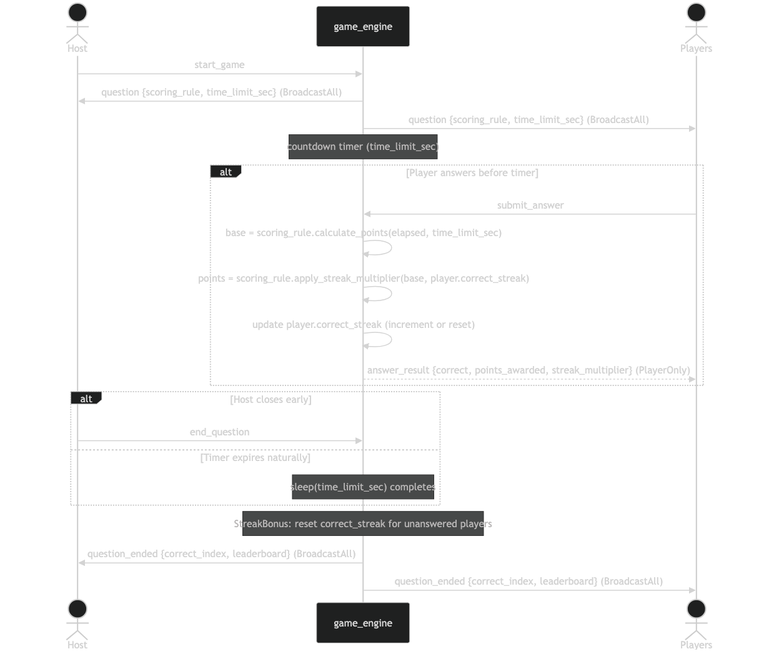
campeis/quiz-game keeps this Mermaid diagram as docs/images/flow-question.png. Above is the earlier version. Its source is kept beside it as docs/diagrams/flow-question.mmd. Its diagram source:
```mermaid
sequenceDiagram
    actor H as Host
    participant GE as game_engine
    actor PL as Players

    H->>GE: start_game
    GE->>H: question {scoring_rule, time_limit_sec} (BroadcastAll)
    GE->>PL: question {scoring_rule, time_limit_sec} (BroadcastAll)

    Note over GE: countdown timer (time_limit_sec)

    alt Player answers before timer
        PL->>GE: submit_answer
        GE->>GE: base = scoring_rule.calculate_points(elapsed, time_limit_sec)
        GE->>GE: points = scoring_rule.apply_streak_multiplier(base, player.correct_streak)
        GE->>GE: update player.correct_streak (increment or reset)
        GE-->>PL: answer_result {correct, points_awarded, streak_multiplier} (PlayerOnly)
    end

    alt Host closes early
        H->>GE: end_question
    else Timer expires naturally
        Note over GE: sleep(time_limit_sec) completes
    end

    Note over GE: StreakBonus: reset correct_streak for unanswered players

    GE->>H: question_ended {correct_index, leaderboard} (BroadcastAll)
    GE->>PL: question_ended {correct_index, leaderboard} (BroadcastAll)
```
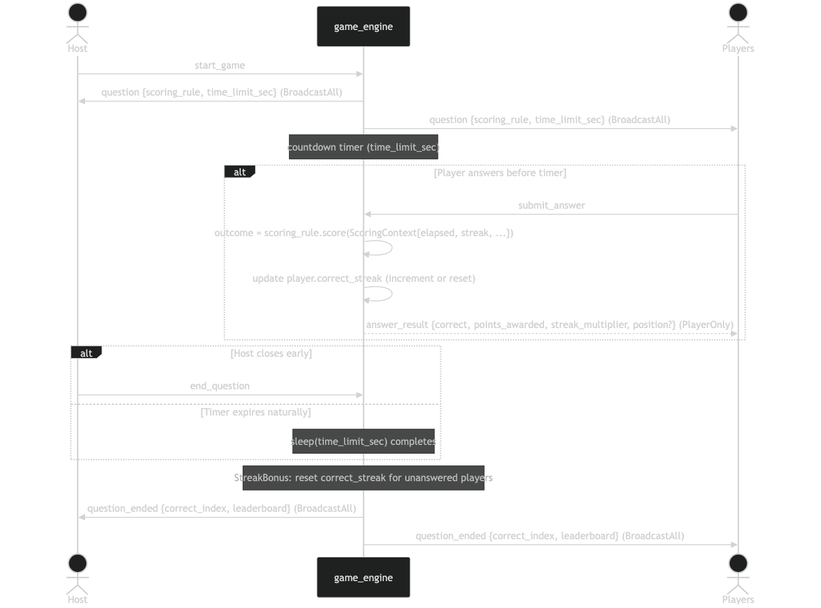
After the commit.

Commit message:
docs: update architecture and diagrams for scoring refactor

What changed in the source:
```diff
@@ -11,10 +11,9 @@
 
     alt Player answers before timer
         PL->>GE: submit_answer
-        GE->>GE: base = scoring_rule.calculate_points(elapsed, time_limit_sec)
-        GE->>GE: points = scoring_rule.apply_streak_multiplier(base, player.correct_streak)
+        GE->>GE: outcome = scoring_rule.score(ScoringContext{elapsed, streak, ...})
         GE->>GE: update player.correct_streak (increment or reset)
-        GE-->>PL: answer_result {correct, points_awarded, streak_multiplier} (PlayerOnly)
+        GE-->>PL: answer_result {correct, points_awarded, streak_multiplier, position?} (PlayerOnly)
     end
 
     alt Host closes early
```
